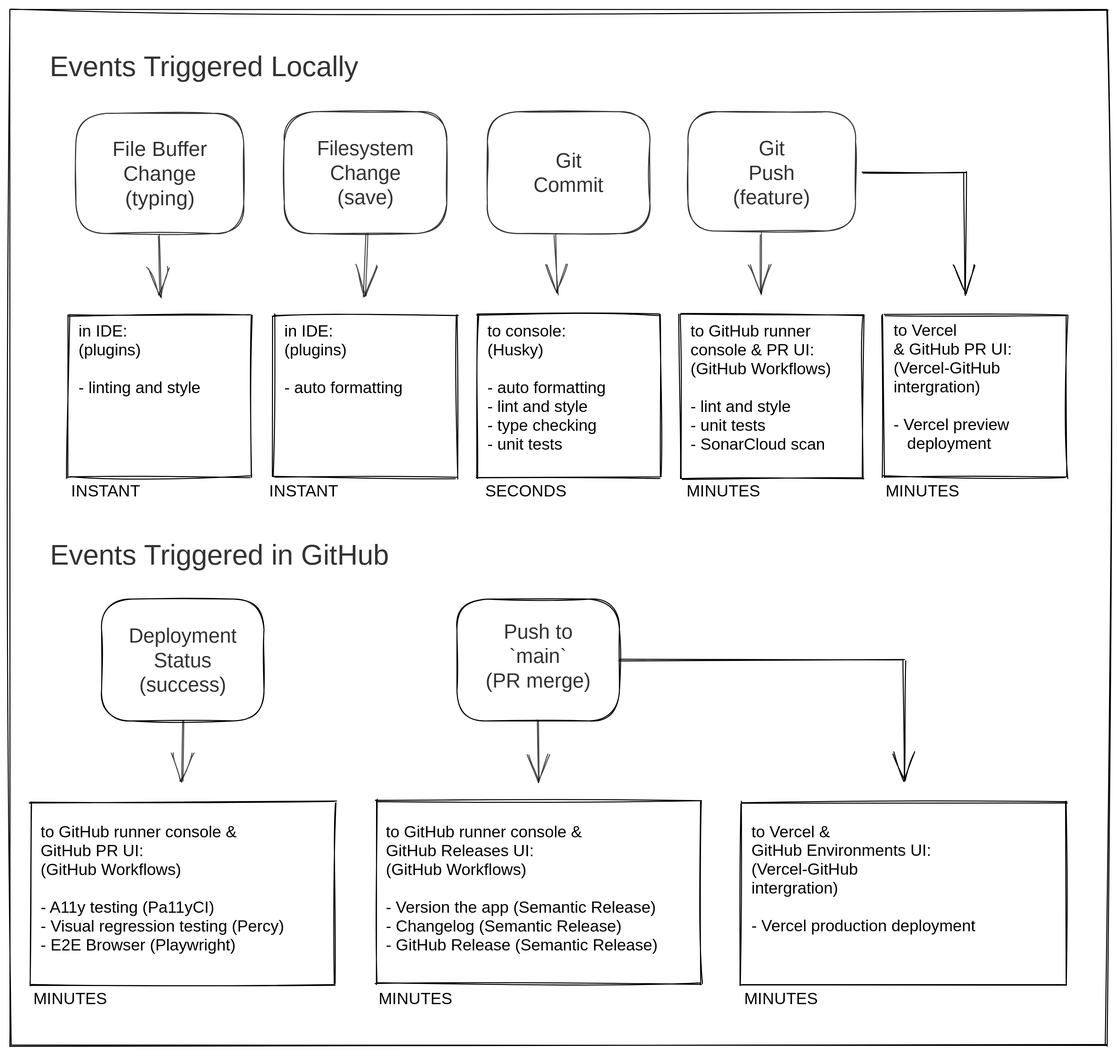
Earlier version of the Excalidraw export docs/images/sdlc_events.excalidraw.svg (oaknational/Oak-Web-Application). Source tidied: one line per element, renumbered; positions are measured from the earlier drawing's top-left corner, leaving out a move shared by most shapes.
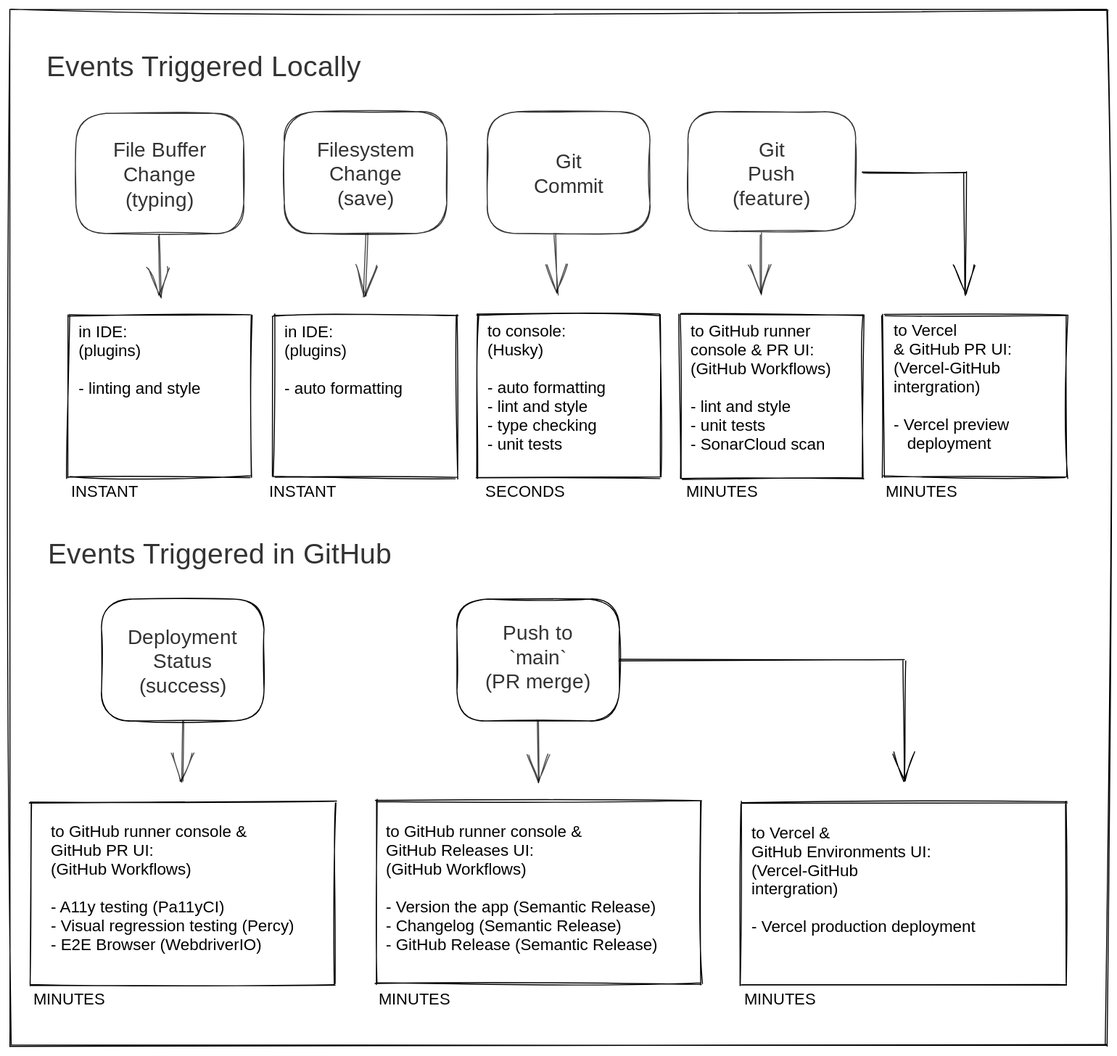
After the commit.

Diff of the diagram source:
```diff
@@ -1,47 +1,47 @@
-{"id": 0, "type": "text", "text": "Events Triggered Locally", "strokeColor": "#000000", "strokeWidth": 1, "roughness": 1, "opacity": 80, "fontSize": 28, "fontFamily": 1, "textAlign": "center", "x": 20, "y": 40, "width": 342, "height": 36}
+{"id": 0, "type": "text", "text": "Events Triggered Locally", "strokeColor": "#000000", "strokeWidth": 1, "roughness": 1, "opacity": 80, "fontSize": 28, "fontFamily": 1, "textAlign": "center", "round": true, "x": 20, "y": 40, "width": 343, "height": 36}
-{"id": 1, "type": "text", "text": "Events Triggered in GitHub", "strokeColor": "#000000", "strokeWidth": 1, "roughness": 1, "opacity": 80, "fontSize": 28, "fontFamily": 1, "textAlign": "center", "x": 20, "y": 521, "width": 372, "height": 36}
+{"id": 1, "type": "text", "text": "Events Triggered in GitHub", "strokeColor": "#000000", "strokeWidth": 1, "roughness": 1, "opacity": 80, "fontSize": 28, "fontFamily": 1, "textAlign": "center", "round": true, "x": 20, "y": 520, "width": 373, "height": 36}
-{"id": 2, "type": "rectangle", "strokeColor": "#000000", "strokeWidth": 1, "roughness": 1, "x": 90, "y": 580, "width": 160, "height": 120}
+{"id": 2, "type": "rectangle", "strokeColor": "#000000", "strokeWidth": 1, "roughness": 1, "round": true, "x": 90, "y": 580, "width": 160, "height": 120}
-{"id": 3, "type": "text", "text": "Deployment\nStatus\n(success)", "strokeColor": "#000000", "strokeWidth": 1, "roughness": 1, "opacity": 80, "fontSize": 20, "fontFamily": 3, "textAlign": "center", "x": 112, "y": 604, "width": 117, "height": 72}
+{"id": 3, "type": "text", "text": "Deployment\nStatus\n(success)", "strokeColor": "#000000", "strokeWidth": 1, "roughness": 1, "opacity": 80, "fontSize": 20, "fontFamily": 3, "textAlign": "center", "round": true, "x": 111, "y": 604, "width": 118, "height": 72}
-{"id": 4, "type": "rectangle", "strokeColor": "#000000", "strokeWidth": 1, "roughness": 1, "x": 440, "y": 580, "width": 160, "height": 120}
+{"id": 4, "type": "rectangle", "strokeColor": "#000000", "strokeWidth": 1, "roughness": 1, "round": true, "x": 440, "y": 580, "width": 160, "height": 120}
-{"id": 5, "type": "text", "text": "Push to\n`main`\n(PR merge)", "strokeColor": "#000000", "strokeWidth": 1, "roughness": 1, "opacity": 80, "fontSize": 20, "fontFamily": 3, "textAlign": "center", "x": 461, "y": 600, "width": 118, "height": 72}
+{"id": 5, "type": "text", "text": "Push to\n`main`\n(PR merge)", "strokeColor": "#000000", "strokeWidth": 1, "roughness": 1, "opacity": 80, "fontSize": 20, "fontFamily": 3, "textAlign": "center", "round": true, "x": 460, "y": 600, "width": 119, "height": 72}
 {"id": 6, "type": "rectangle", "strokeColor": "#000000", "strokeWidth": 1, "roughness": 2, "x": 0, "y": 0, "width": 1080, "height": 1020}
-{"id": 7, "type": "rectangle", "strokeColor": "#000000", "strokeWidth": 1, "roughness": 1, "opacity": 80, "x": 65, "y": 102, "width": 165, "height": 118}
+{"id": 7, "type": "rectangle", "strokeColor": "#000000", "strokeWidth": 1, "roughness": 1, "opacity": 80, "round": true, "x": 65, "y": 102, "width": 165, "height": 118}
-{"id": 8, "type": "text", "text": "File Buffer\nChange\n(typing)", "strokeColor": "#000000", "strokeWidth": 1, "roughness": 1, "opacity": 80, "fontSize": 20.28, "fontFamily": 3, "textAlign": "center", "x": 82, "y": 124, "width": 131, "height": 73}
+{"id": 8, "type": "text", "text": "File Buffer\nChange\n(typing)", "strokeColor": "#000000", "strokeWidth": 1, "roughness": 1, "opacity": 80, "fontSize": 20.28, "fontFamily": 3, "textAlign": "center", "round": true, "x": 81, "y": 124, "width": 132, "height": 74}
-{"id": 9, "type": "arrow", "strokeColor": "#000000", "strokeWidth": 1, "roughness": 1, "opacity": 70, "endArrowhead": "arrow", "from": 7, "to": 10, "x": 146, "y": 222, "width": 4, "height": 61, "points": [[0, 0], [4, 61]]}
+{"id": 9, "type": "arrow", "strokeColor": "#000000", "strokeWidth": 1, "roughness": 1, "opacity": 70, "endArrowhead": "arrow", "round": true, "from": 7, "to": 10, "x": 146, "y": 222, "width": 4, "height": 61, "points": [[0, 0], [4, 61]]}
 {"id": 10, "type": "rectangle", "strokeColor": "#000000", "strokeWidth": 1, "roughness": 1, "x": 57, "y": 300, "width": 180, "height": 160}
-{"id": 11, "type": "text", "text": "in IDE:\n(plugins)\n\n- linting and style", "strokeColor": "#000000", "strokeWidth": 1, "roughness": 1, "fontSize": 16, "fontFamily": 2, "x": 67, "y": 307, "width": 121, "height": 74}
+{"id": 11, "type": "text", "text": "in IDE:\n(plugins)\n\n- linting and style", "strokeColor": "#000000", "strokeWidth": 1, "roughness": 1, "fontSize": 16, "fontFamily": 2, "x": 67, "y": 307, "width": 122, "height": 74}
-{"id": 12, "type": "rectangle", "strokeColor": "#000000", "strokeWidth": 1, "roughness": 1, "opacity": 80, "x": 270, "y": 100, "width": 160, "height": 120}
+{"id": 12, "type": "rectangle", "strokeColor": "#000000", "strokeWidth": 1, "roughness": 1, "opacity": 80, "round": true, "x": 270, "y": 100, "width": 160, "height": 120}
-{"id": 13, "type": "text", "text": "Filesystem\nChange\n(save)", "strokeColor": "#000000", "strokeWidth": 1, "roughness": 1, "opacity": 80, "fontSize": 20, "fontFamily": 3, "textAlign": "center", "x": 292, "y": 124, "width": 117, "height": 72}
+{"id": 13, "type": "text", "text": "Filesystem\nChange\n(save)", "strokeColor": "#000000", "strokeWidth": 1, "roughness": 1, "opacity": 80, "fontSize": 20, "fontFamily": 3, "textAlign": "center", "round": true, "x": 291, "y": 124, "width": 118, "height": 72}
-{"id": 14, "type": "arrow", "strokeColor": "#000000", "strokeWidth": 1, "roughness": 1, "opacity": 70, "endArrowhead": "arrow", "from": 12, "to": 15, "x": 351, "y": 221, "width": 2, "height": 60, "points": [[0, 0], [-2, 60]]}
+{"id": 14, "type": "arrow", "strokeColor": "#000000", "strokeWidth": 1, "roughness": 1, "opacity": 70, "endArrowhead": "arrow", "round": true, "from": 12, "to": 15, "x": 351, "y": 221, "width": 2, "height": 60, "points": [[0, 0], [-2, 60]]}
 {"id": 15, "type": "rectangle", "strokeColor": "#000000", "strokeWidth": 1, "roughness": 1, "x": 260, "y": 300, "width": 180, "height": 160}
-{"id": 16, "type": "text", "text": "in IDE:\n(plugins)\n\n- auto formatting", "strokeColor": "#000000", "strokeWidth": 1, "roughness": 1, "fontSize": 16, "fontFamily": 2, "x": 270, "y": 307, "width": 118, "height": 74}
+{"id": 16, "type": "text", "text": "in IDE:\n(plugins)\n\n- auto formatting", "strokeColor": "#000000", "strokeWidth": 1, "roughness": 1, "fontSize": 16, "fontFamily": 2, "x": 270, "y": 307, "width": 119, "height": 74}
-{"id": 17, "type": "text", "text": "Git\nCommit", "strokeColor": "#000000", "strokeWidth": 1, "roughness": 1, "opacity": 80, "fontSize": 20, "fontFamily": 3, "textAlign": "center", "x": 514, "y": 136, "width": 72, "height": 48}
+{"id": 17, "type": "text", "text": "Git\nCommit", "strokeColor": "#000000", "strokeWidth": 1, "roughness": 1, "opacity": 80, "fontSize": 20, "fontFamily": 3, "textAlign": "center", "round": true, "x": 514, "y": 136, "width": 72, "height": 48}
-{"id": 18, "type": "rectangle", "strokeColor": "#000000", "strokeWidth": 1, "roughness": 1, "opacity": 80, "x": 470, "y": 100, "width": 160, "height": 120}
+{"id": 18, "type": "rectangle", "strokeColor": "#000000", "strokeWidth": 1, "roughness": 1, "opacity": 80, "round": true, "x": 470, "y": 100, "width": 160, "height": 120}
 {"id": 19, "type": "rectangle", "strokeColor": "#000000", "strokeWidth": 1, "roughness": 1, "x": 460, "y": 300, "width": 180, "height": 160}
-{"id": 20, "type": "text", "text": "to console:\n(Husky)\n\n- auto formatting\n- lint and style\n- type checking\n- unit tests", "strokeColor": "#000000", "strokeWidth": 1, "roughness": 1, "fontSize": 16, "fontFamily": 2, "x": 470, "y": 307, "width": 117, "height": 130}
+{"id": 20, "type": "text", "text": "to console:\n(Husky)\n\n- auto formatting\n- lint and style\n- type checking\n- unit tests", "strokeColor": "#000000", "strokeWidth": 1, "roughness": 1, "fontSize": 16, "fontFamily": 2, "x": 470, "y": 307, "width": 118, "height": 130}
-{"id": 21, "type": "rectangle", "strokeColor": "#000000", "strokeWidth": 1, "roughness": 1, "opacity": 80, "x": 668, "y": 100, "width": 165, "height": 118}
+{"id": 21, "type": "rectangle", "strokeColor": "#000000", "strokeWidth": 1, "roughness": 1, "opacity": 80, "round": true, "x": 668, "y": 100, "width": 165, "height": 118}
-{"id": 22, "type": "text", "text": "Git\nPush\n(feature)", "strokeColor": "#000000", "strokeWidth": 1, "roughness": 1, "opacity": 80, "fontSize": 20, "fontFamily": 3, "textAlign": "center", "x": 696, "y": 124, "width": 107, "height": 72}
+{"id": 22, "type": "text", "text": "Git\nPush\n(feature)", "strokeColor": "#000000", "strokeWidth": 1, "roughness": 1, "opacity": 80, "fontSize": 20, "fontFamily": 3, "textAlign": "center", "round": true, "x": 696, "y": 124, "width": 107, "height": 72}
-{"id": 23, "type": "arrow", "strokeColor": "#000000", "strokeWidth": 1, "roughness": 1, "opacity": 70, "endArrowhead": "arrow", "from": 21, "to": 25, "x": 739, "y": 220, "width": 0, "height": 60, "points": [[0, 0], [0, 60]]}
+{"id": 23, "type": "arrow", "strokeColor": "#000000", "strokeWidth": 1, "roughness": 1, "opacity": 70, "endArrowhead": "arrow", "round": true, "from": 21, "to": 25, "x": 739, "y": 220, "width": 0, "height": 60, "points": [[0, 0], [0, 60]]}
 {"id": 24, "type": "rectangle", "strokeColor": "#000000", "strokeWidth": 1, "roughness": 1, "x": 660, "y": 300, "width": 180, "height": 160}
 {"id": 25, "type": "text", "text": "to GitHub runner\nconsole & PR UI:\n(GitHub Workflows)\n\n- lint and style\n- unit tests\n- SonarCloud scan", "strokeColor": "#000000", "strokeWidth": 1, "roughness": 1, "fontSize": 16, "fontFamily": 2, "x": 670, "y": 307, "width": 139, "height": 130}
 {"id": 26, "type": "arrow", "strokeColor": "#000000", "strokeWidth": 1, "roughness": 1, "endArrowhead": "arrow", "from": 21, "to": 27, "x": 840, "y": 160, "width": 100, "height": 120, "points": [[0, 0], [100, 0], [100, 120]]}
 {"id": 27, "type": "rectangle", "strokeColor": "#000000", "strokeWidth": 1, "roughness": 1, "x": 860, "y": 300, "width": 180, "height": 160}
 {"id": 28, "type": "text", "text": "to Vercel\n& GitHub PR UI:\n(Vercel-GitHub\nintergration)\n\n- Vercel preview\n   deployment", "strokeColor": "#000000", "strokeWidth": 1, "roughness": 1, "fontSize": 16, "fontFamily": 2, "x": 870, "y": 306, "width": 117, "height": 130}
 {"id": 29, "type": "rectangle", "strokeColor": "#000000", "strokeWidth": 1, "roughness": 1, "x": 20, "y": 780, "width": 300, "height": 180}
-{"id": 30, "type": "text", "text": "to GitHub runner console &\nGitHub PR UI:\n(GitHub Workflows)\n\n- A11y testing (Pa11yCI)\n- Visual regression testing (Percy)\n- E2E Browser (Playwright)", "strokeColor": "#000000", "strokeWidth": 1, "roughness": 1, "fontSize": 16, "fontFamily": 2, "x": 30, "y": 800, "width": 240, "height": 130}
+{"id": 30, "type": "text", "text": "to GitHub runner console &\nGitHub PR UI:\n(GitHub Workflows)\n\n- A11y testing (Pa11yCI)\n- Visual regression testing (Percy)\n- E2E Browser (WebdriverIO)", "strokeColor": "#000000", "strokeWidth": 1, "roughness": 1, "fontSize": 16, "fontFamily": 2, "x": 40, "y": 800, "width": 241, "height": 130}
 {"id": 31, "type": "rectangle", "strokeColor": "#000000", "strokeWidth": 1, "roughness": 1, "x": 360, "y": 779, "width": 320, "height": 180}
-{"id": 32, "type": "text", "text": "to GitHub runner console &\nGitHub Releases UI:\n(GitHub Workflows)\n\n- Version the app (Semantic Release)\n- Changelog (Semantic Release)\n- GitHub Release (Semantic Release)", "strokeColor": "#000000", "strokeWidth": 1, "roughness": 1, "fontSize": 16, "fontFamily": 2, "x": 370, "y": 800, "width": 269, "height": 130}
+{"id": 32, "type": "text", "text": "to GitHub runner console &\nGitHub Releases UI:\n(GitHub Workflows)\n\n- Version the app (Semantic Release)\n- Changelog (Semantic Release)\n- GitHub Release (Semantic Release)", "strokeColor": "#000000", "strokeWidth": 1, "roughness": 1, "fontSize": 16, "fontFamily": 2, "x": 370, "y": 800, "width": 270, "height": 130}
 {"id": 33, "type": "rectangle", "strokeColor": "#000000", "strokeWidth": 1, "roughness": 1, "x": 720, "y": 780, "width": 320, "height": 180}
-{"id": 34, "type": "text", "text": "to Vercel &\nGitHub Environments UI:\n(Vercel-GitHub\nintergration)\n\n- Vercel production deployment", "strokeColor": "#000000", "strokeWidth": 1, "roughness": 1, "fontSize": 16, "fontFamily": 2, "x": 730, "y": 800, "width": 222, "height": 111}
+{"id": 34, "type": "text", "text": "to Vercel &\nGitHub Environments UI:\n(Vercel-GitHub\nintergration)\n\n- Vercel production deployment", "strokeColor": "#000000", "strokeWidth": 1, "roughness": 1, "fontSize": 16, "fontFamily": 2, "x": 730, "y": 800, "width": 223, "height": 111}
-{"id": 35, "type": "text", "text": "INSTANT", "strokeColor": "#000000", "strokeWidth": 1, "roughness": 1, "fontSize": 16, "fontFamily": 3, "x": 60, "y": 463, "width": 67, "height": 20}
+{"id": 35, "type": "text", "text": "INSTANT", "strokeColor": "#000000", "strokeWidth": 1, "roughness": 1, "fontSize": 16, "fontFamily": 3, "x": 60, "y": 463, "width": 68, "height": 20}
-{"id": 36, "type": "text", "text": "INSTANT", "strokeColor": "#000000", "strokeWidth": 1, "roughness": 1, "fontSize": 16, "fontFamily": 3, "x": 255, "y": 463, "width": 67, "height": 20}
+{"id": 36, "type": "text", "text": "INSTANT", "strokeColor": "#000000", "strokeWidth": 1, "roughness": 1, "fontSize": 16, "fontFamily": 3, "x": 255, "y": 463, "width": 68, "height": 20}
-{"id": 37, "type": "text", "text": "SECONDS", "strokeColor": "#000000", "strokeWidth": 1, "roughness": 1, "fontSize": 16, "fontFamily": 3, "x": 468, "y": 463, "width": 67, "height": 20}
+{"id": 37, "type": "text", "text": "SECONDS", "strokeColor": "#000000", "strokeWidth": 1, "roughness": 1, "fontSize": 16, "fontFamily": 3, "x": 468, "y": 463, "width": 68, "height": 20}
-{"id": 38, "type": "text", "text": "MINUTES", "strokeColor": "#000000", "strokeWidth": 1, "roughness": 1, "fontSize": 16, "fontFamily": 3, "x": 666, "y": 463, "width": 67, "height": 20}
+{"id": 38, "type": "text", "text": "MINUTES", "strokeColor": "#000000", "strokeWidth": 1, "roughness": 1, "fontSize": 16, "fontFamily": 3, "x": 666, "y": 463, "width": 68, "height": 20}
-{"id": 39, "type": "text", "text": "MINUTES", "strokeColor": "#000000", "strokeWidth": 1, "roughness": 1, "fontSize": 16, "fontFamily": 3, "x": 862, "y": 463, "width": 67, "height": 20}
+{"id": 39, "type": "text", "text": "MINUTES", "strokeColor": "#000000", "strokeWidth": 1, "roughness": 1, "fontSize": 16, "fontFamily": 3, "x": 862, "y": 463, "width": 68, "height": 20}
-{"id": 40, "type": "text", "text": "MINUTES", "strokeColor": "#000000", "strokeWidth": 1, "roughness": 1, "fontSize": 16, "fontFamily": 3, "x": 23, "y": 963, "width": 67, "height": 20}
+{"id": 40, "type": "text", "text": "MINUTES", "strokeColor": "#000000", "strokeWidth": 1, "roughness": 1, "fontSize": 16, "fontFamily": 3, "x": 23, "y": 963, "width": 68, "height": 20}
-{"id": 41, "type": "text", "text": "MINUTES", "strokeColor": "#000000", "strokeWidth": 1, "roughness": 1, "fontSize": 16, "fontFamily": 3, "x": 363, "y": 963, "width": 67, "height": 20}
+{"id": 41, "type": "text", "text": "MINUTES", "strokeColor": "#000000", "strokeWidth": 1, "roughness": 1, "fontSize": 16, "fontFamily": 3, "x": 363, "y": 963, "width": 68, "height": 20}
-{"id": 42, "type": "text", "text": "MINUTES", "strokeColor": "#000000", "strokeWidth": 1, "roughness": 1, "fontSize": 16, "fontFamily": 3, "x": 723, "y": 963, "width": 67, "height": 20}
+{"id": 42, "type": "text", "text": "MINUTES", "strokeColor": "#000000", "strokeWidth": 1, "roughness": 1, "fontSize": 16, "fontFamily": 3, "x": 723, "y": 963, "width": 68, "height": 20}
-{"id": 43, "type": "arrow", "strokeColor": "#000000", "strokeWidth": 1, "roughness": 1, "opacity": 70, "endArrowhead": "arrow", "to": 29, "x": 170, "y": 700, "width": 0, "height": 60, "points": [[0, 0], [0, 60]]}
+{"id": 43, "type": "arrow", "strokeColor": "#000000", "strokeWidth": 1, "roughness": 1, "opacity": 70, "endArrowhead": "arrow", "round": true, "to": 29, "x": 170, "y": 700, "width": 0, "height": 60, "points": [[0, 0], [0, 60]]}
-{"id": 44, "type": "arrow", "strokeColor": "#000000", "strokeWidth": 1, "roughness": 1, "opacity": 70, "endArrowhead": "arrow", "to": 31, "x": 520, "y": 699, "width": 0, "height": 60, "points": [[0, 0], [0, 60]]}
+{"id": 44, "type": "arrow", "strokeColor": "#000000", "strokeWidth": 1, "roughness": 1, "opacity": 70, "endArrowhead": "arrow", "round": true, "to": 31, "x": 520, "y": 699, "width": 0, "height": 60, "points": [[0, 0], [0, 60]]}
-{"id": 45, "type": "arrow", "strokeColor": "#000000", "strokeWidth": 1, "roughness": 1, "opacity": 70, "endArrowhead": "arrow", "from": 18, "to": 20, "x": 536, "y": 221, "width": 4, "height": 59, "points": [[0, 0], [4, 59]]}
+{"id": 45, "type": "arrow", "strokeColor": "#000000", "strokeWidth": 1, "roughness": 1, "opacity": 70, "endArrowhead": "arrow", "round": true, "from": 18, "to": 20, "x": 536, "y": 221, "width": 4, "height": 59, "points": [[0, 0], [4, 59]]}
 {"id": 46, "type": "arrow", "strokeColor": "#000000", "strokeWidth": 1, "roughness": 1, "endArrowhead": "arrow", "from": 4, "to": 33, "x": 600, "y": 640, "width": 280, "height": 120, "points": [[0, 0], [280, 0], [280, 120]]}
```
